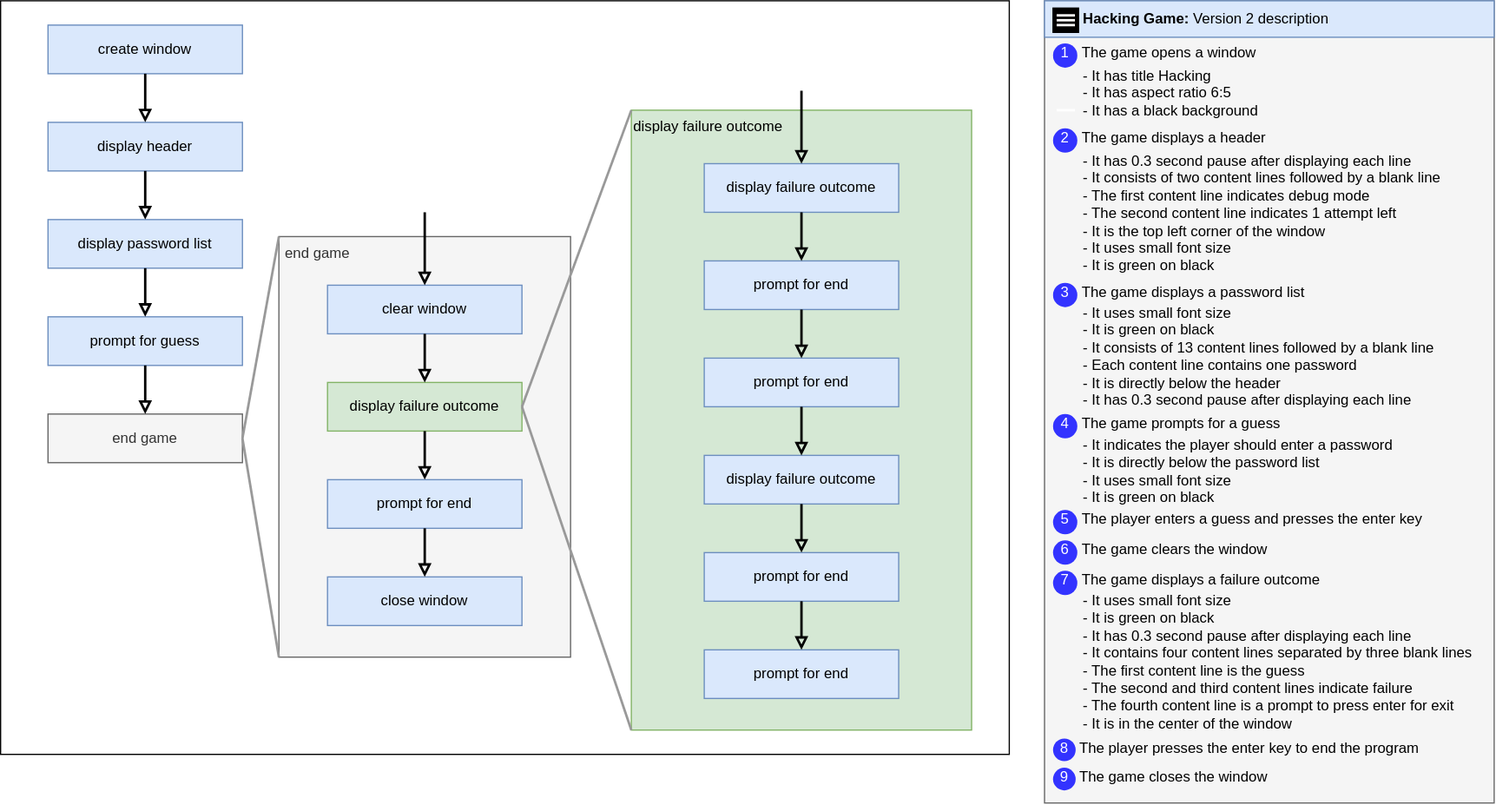
This is Coursera/University of Alberta/Problem Solving, Python Programming, and Video Games/Week 4/images/algorithm_version_2.svg from rogergranada/MOOCs, a draw.io export, as it was before one commit. Source tidied: cells renumbered, new cells last; positions are measured from the earlier drawing's top-left corner, leaving out a move shared by most shapes.
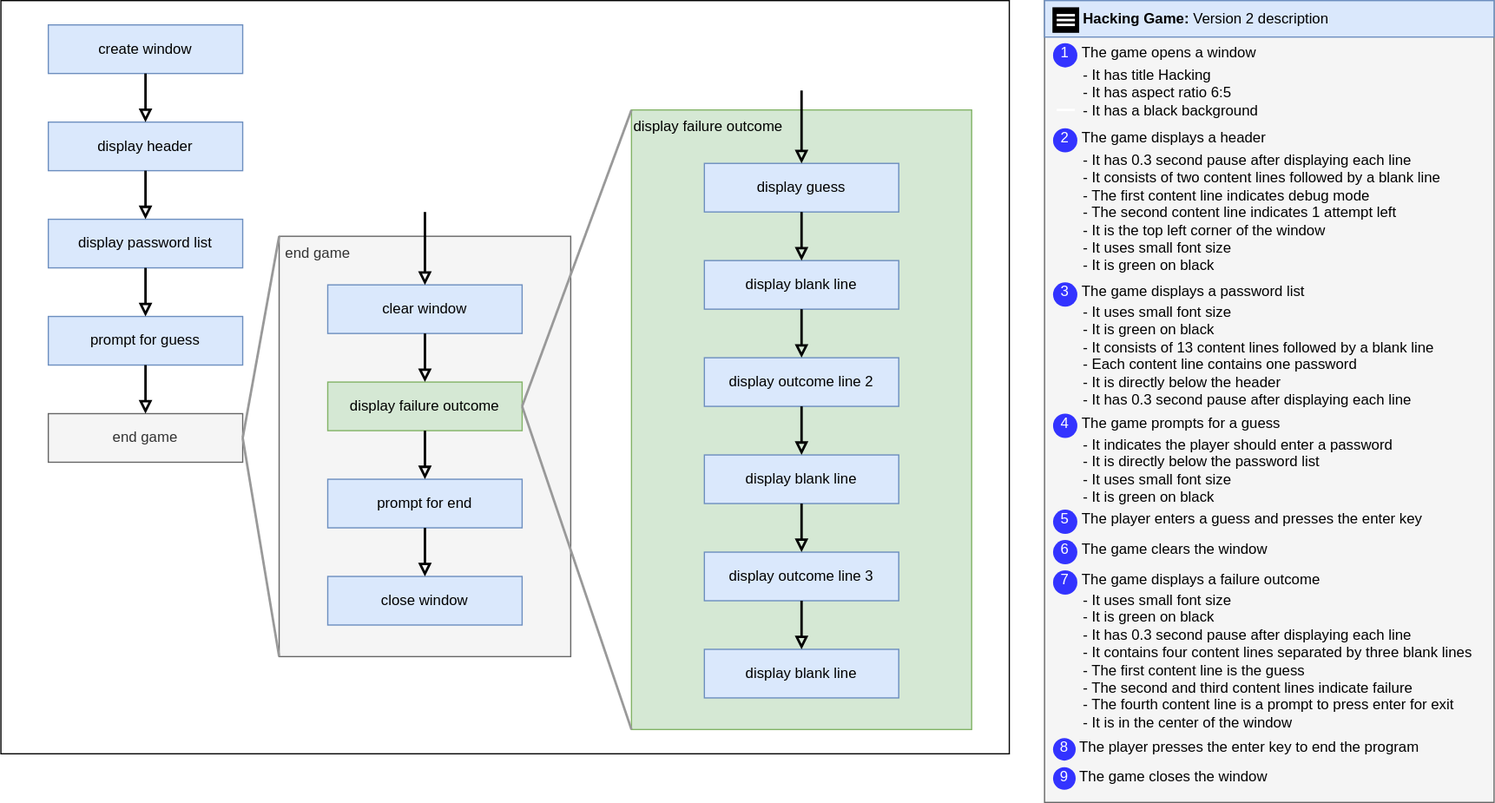
Above is the later version.

What changed in the source:
```diff
@@ -63,10 +63,10 @@
     <mxCell id="19" value="display failure outcome" style="rounded=0;whiteSpace=wrap;html=1;verticalAlign=top;align=left;fillColor=#d5e8d4;strokeColor=#82b366;" parent="1" vertex="1">
       <mxGeometry x="519" y="90" width="280" height="510" as="geometry" />
     </mxCell>
-    <mxCell id="20" value="display failure outcome" style="rounded=0;whiteSpace=wrap;html=1;fillColor=#dae8fc;strokeColor=#6c8ebf;" parent="1" vertex="1">
+    <mxCell id="20" value="display guess" style="rounded=0;whiteSpace=wrap;html=1;fillColor=#dae8fc;strokeColor=#6c8ebf;" parent="1" vertex="1">
       <mxGeometry x="579" y="134" width="160" height="40" as="geometry" />
     </mxCell>
-    <mxCell id="21" value="prompt for end" style="rounded=0;whiteSpace=wrap;html=1;fillColor=#dae8fc;strokeColor=#6c8ebf;" parent="1" vertex="1">
+    <mxCell id="21" value="display blank line" style="rounded=0;whiteSpace=wrap;html=1;fillColor=#dae8fc;strokeColor=#6c8ebf;" parent="1" vertex="1">
       <mxGeometry x="579" y="214" width="160" height="40" as="geometry" />
     </mxCell>
     <mxCell id="22" style="endArrow=block;html=1;exitX=0.5;exitY=1;exitDx=0;exitDy=0;entryX=0.5;entryY=0;entryDx=0;entryDy=0;endFill=0;strokeWidth=2;" parent="1" edge="1" source="20" target="21">
@@ -94,7 +94,7 @@
         <mxPoint x="349" y="434" as="sourcePoint" />
       </mxGeometry>
     </mxCell>
-    <mxCell id="28" value="prompt for end" style="rounded=0;whiteSpace=wrap;html=1;fillColor=#dae8fc;strokeColor=#6c8ebf;" parent="1" vertex="1">
+    <mxCell id="28" value="display outcome line 2" style="rounded=0;whiteSpace=wrap;html=1;fillColor=#dae8fc;strokeColor=#6c8ebf;" parent="1" vertex="1">
       <mxGeometry x="579" y="294" width="160" height="40" as="geometry" />
     </mxCell>
     <mxCell id="29" style="endArrow=block;html=1;exitX=0.5;exitY=1;exitDx=0;exitDy=0;entryX=0.5;entryY=0;entryDx=0;entryDy=0;endFill=0;strokeWidth=2;" parent="1" edge="1" target="28">
@@ -102,16 +102,16 @@
         <mxPoint x="659" y="254" as="sourcePoint" />
       </mxGeometry>
     </mxCell>
-    <mxCell id="30" value="display failure outcome" style="rounded=0;whiteSpace=wrap;html=1;fillColor=#dae8fc;strokeColor=#6c8ebf;" parent="1" vertex="1">
+    <mxCell id="30" value="display blank line" style="rounded=0;whiteSpace=wrap;html=1;fillColor=#dae8fc;strokeColor=#6c8ebf;" parent="1" vertex="1">
       <mxGeometry x="579" y="374" width="160" height="40" as="geometry" />
     </mxCell>
-    <mxCell id="31" value="prompt for end" style="rounded=0;whiteSpace=wrap;html=1;fillColor=#dae8fc;strokeColor=#6c8ebf;" parent="1" vertex="1">
+    <mxCell id="31" value="display outcome line 3" style="rounded=0;whiteSpace=wrap;html=1;fillColor=#dae8fc;strokeColor=#6c8ebf;" parent="1" vertex="1">
       <mxGeometry x="579" y="454" width="160" height="40" as="geometry" />
     </mxCell>
     <mxCell id="32" style="endArrow=block;html=1;exitX=0.5;exitY=1;exitDx=0;exitDy=0;entryX=0.5;entryY=0;entryDx=0;entryDy=0;endFill=0;strokeWidth=2;" parent="1" edge="1" source="30" target="31">
       <mxGeometry relative="1" as="geometry" />
     </mxCell>
-    <mxCell id="33" value="prompt for end" style="rounded=0;whiteSpace=wrap;html=1;fillColor=#dae8fc;strokeColor=#6c8ebf;" parent="1" vertex="1">
+    <mxCell id="33" value="display blank line" style="rounded=0;whiteSpace=wrap;html=1;fillColor=#dae8fc;strokeColor=#6c8ebf;" parent="1" vertex="1">
       <mxGeometry x="579" y="534" width="160" height="40" as="geometry" />
     </mxCell>
     <mxCell id="34" style="endArrow=block;html=1;exitX=0.5;exitY=1;exitDx=0;exitDy=0;entryX=0.5;entryY=0;entryDx=0;entryDy=0;endFill=0;strokeWidth=2;" parent="1" edge="1" target="33">
```
